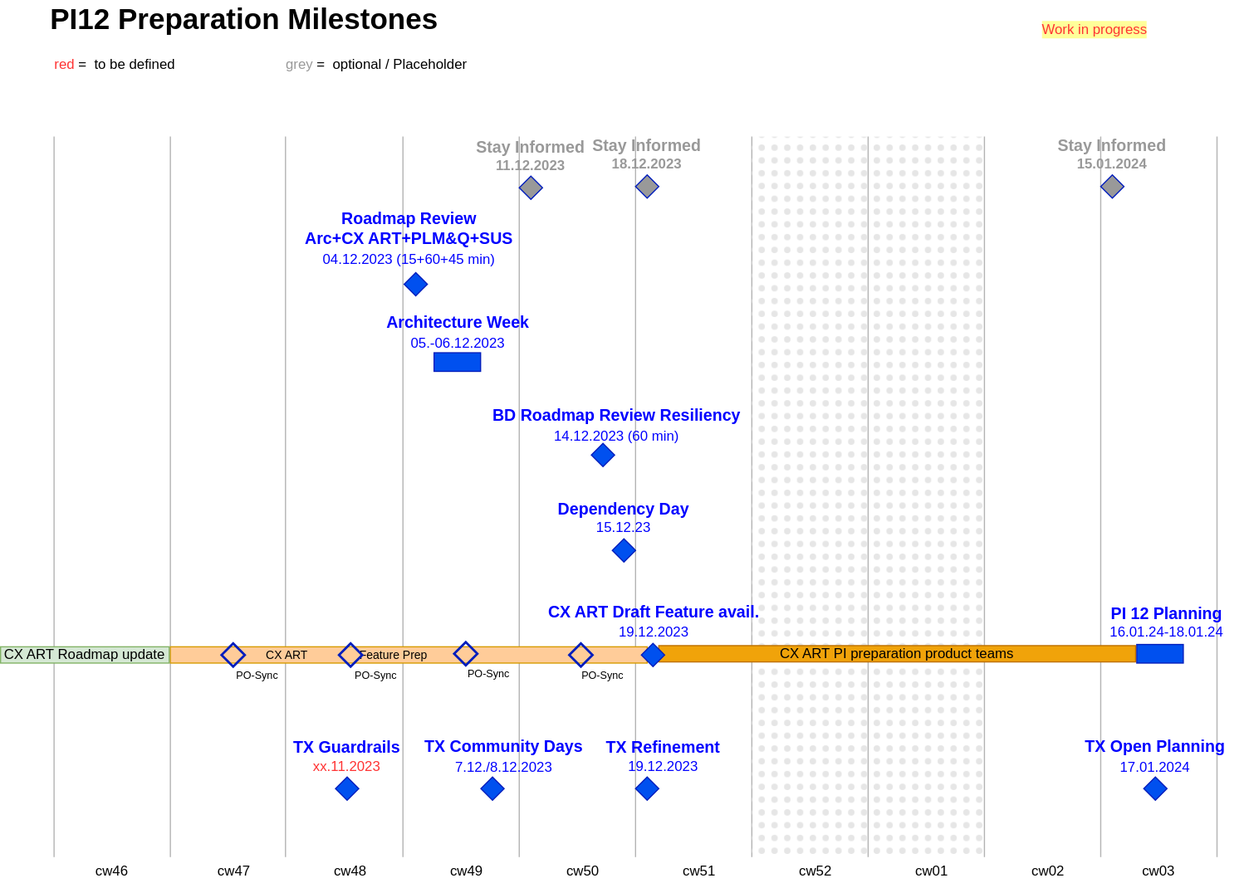
mabige/scratchpad keeps this draw.io diagram as PI12-Preparation-Timeline.drawio.svg. Above is the earlier version. Source tidied: cells renumbered, new cells last; positions are measured from the earlier drawing's top-left corner, leaving out a move shared by most shapes.
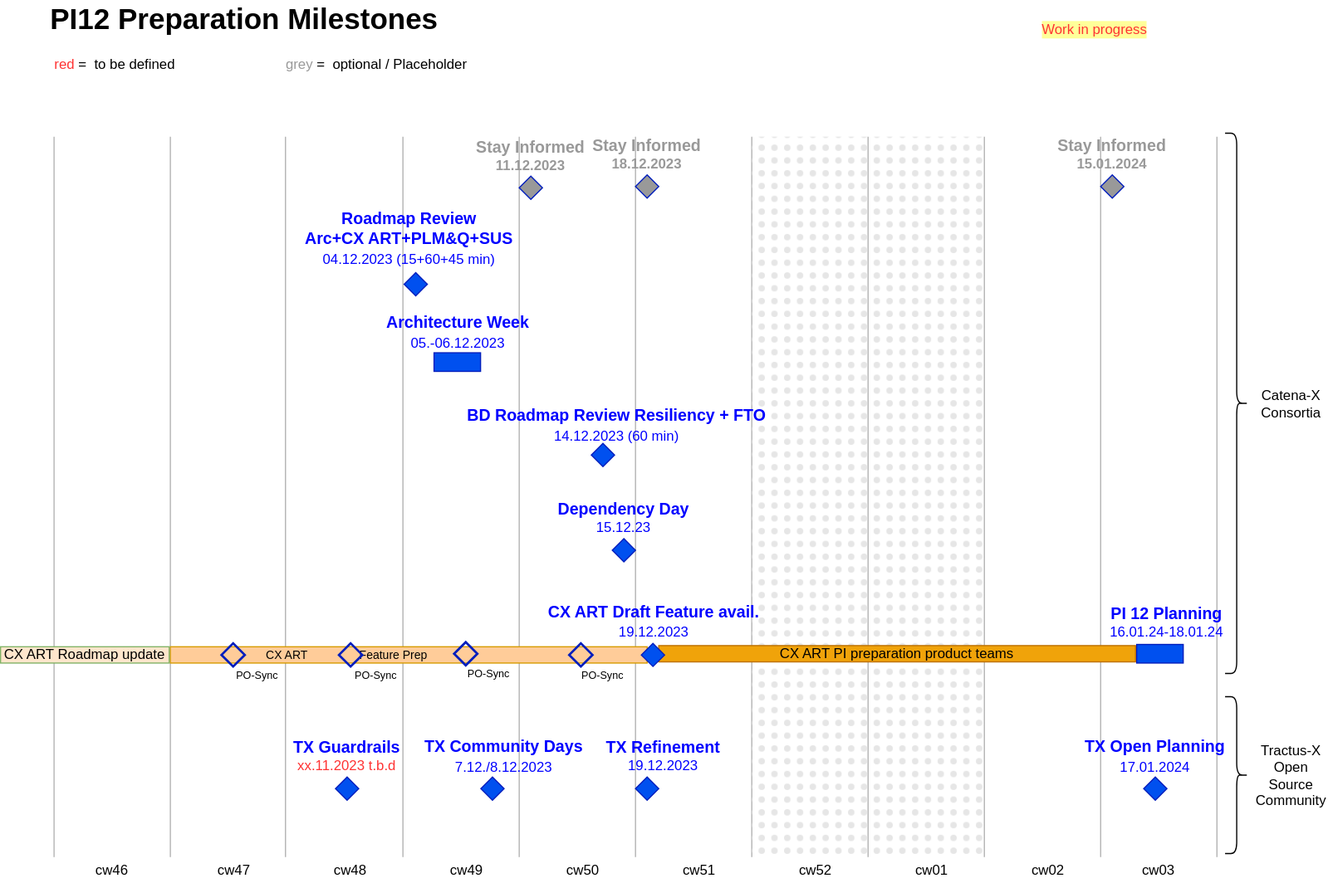
The same file after the commit.

Change to the diagram source:
```diff
@@ -122,7 +122,7 @@
     <mxCell id="30" style="rhombus;whiteSpace=wrap;html=1;fillColor=#999999;fontColor=#ffffff;strokeColor=#001DBC;" parent="1" vertex="1">
       <mxGeometry x="946" y="150" width="20" height="20" as="geometry" />
     </mxCell>
-    <mxCell id="31" value="&lt;div style=&quot;font-size: 14px;&quot;&gt;BD Roadmap Review&lt;font style=&quot;font-size: 14px;&quot;&gt; Resiliency&lt;br&gt;&lt;/font&gt;&lt;font style=&quot;font-size: 12px;&quot;&gt;&lt;span style=&quot;font-weight: normal;&quot;&gt;14.12.2023&lt;/span&gt;&lt;font style=&quot;font-size: 12px;&quot;&gt;&lt;span style=&quot;font-weight: normal;&quot;&gt; (60 min)&lt;/span&gt;&lt;br&gt;&lt;/font&gt;&lt;/font&gt;&lt;/div&gt;" style="text;html=1;strokeColor=none;fillColor=none;align=center;verticalAlign=middle;whiteSpace=wrap;rounded=0;fontStyle=1;fontColor=#0000FF;" parent="1" vertex="1">
+    <mxCell id="31" value="&lt;div style=&quot;font-size: 14px;&quot;&gt;BD Roadmap Review&lt;font style=&quot;font-size: 14px;&quot;&gt; Resiliency + FTO&lt;br&gt;&lt;/font&gt;&lt;font style=&quot;font-size: 12px;&quot;&gt;&lt;span style=&quot;font-weight: normal;&quot;&gt;14.12.2023&lt;/span&gt;&lt;font style=&quot;font-size: 12px;&quot;&gt;&lt;span style=&quot;font-weight: normal;&quot;&gt; (60 min)&lt;/span&gt;&lt;br&gt;&lt;/font&gt;&lt;/font&gt;&lt;/div&gt;" style="text;html=1;strokeColor=none;fillColor=none;align=center;verticalAlign=middle;whiteSpace=wrap;rounded=0;fontStyle=1;fontColor=#0000FF;" parent="1" vertex="1">
       <mxGeometry x="396" y="350" width="267.5" height="30" as="geometry" />
     </mxCell>
     <mxCell id="32" style="rhombus;whiteSpace=wrap;html=1;fillColor=#0050ef;fontColor=#ffffff;strokeColor=#001DBC;" parent="1" vertex="1">
@@ -140,7 +140,7 @@
     <mxCell id="36" value="&lt;div&gt;&lt;font style=&quot;font-size: 14px;&quot;&gt;TX Refinement&lt;/font&gt;&lt;font style=&quot;font-size: 14px;&quot;&gt;&lt;br&gt;&lt;/font&gt;&lt;font style=&quot;font-size: 12px; font-weight: normal;&quot;&gt;19.12.2023&lt;/font&gt;&lt;font style=&quot;font-size: 12px; font-weight: normal;&quot;&gt;&lt;font style=&quot;font-size: 12px;&quot;&gt;&lt;br&gt;&lt;/font&gt;&lt;/font&gt;&lt;/div&gt;" style="text;html=1;strokeColor=none;fillColor=none;align=center;verticalAlign=middle;whiteSpace=wrap;rounded=0;fontStyle=1;fontColor=#0000FF;" parent="1" vertex="1">
       <mxGeometry x="510" y="635" width="120" height="30" as="geometry" />
     </mxCell>
-    <mxCell id="37" value="&lt;div&gt;&lt;font style=&quot;font-size: 14px;&quot;&gt;TX Guardrails&lt;/font&gt;&lt;font style=&quot;font-size: 14px;&quot;&gt;&lt;br&gt;&lt;/font&gt;&lt;font color=&quot;#ff3333&quot; style=&quot;font-size: 12px;&quot;&gt;&lt;span style=&quot;font-weight: normal;&quot;&gt;xx.11.2023&lt;/span&gt;&lt;font style=&quot;font-size: 12px;&quot;&gt;&lt;br&gt;&lt;/font&gt;&lt;/font&gt;&lt;/div&gt;" style="text;html=1;strokeColor=none;fillColor=none;align=center;verticalAlign=middle;whiteSpace=wrap;rounded=0;fontStyle=1;fontColor=#0000FF;" parent="1" vertex="1">
+    <mxCell id="37" value="&lt;div&gt;&lt;font style=&quot;font-size: 14px;&quot;&gt;TX Guardrails&lt;/font&gt;&lt;font style=&quot;font-size: 14px;&quot;&gt;&lt;br&gt;&lt;/font&gt;&lt;font color=&quot;#ff3333&quot; style=&quot;font-size: 12px;&quot;&gt;&lt;span style=&quot;font-weight: normal;&quot;&gt;xx.11.2023&lt;/span&gt;&lt;font style=&quot;font-size: 12px;&quot;&gt;&lt;span style=&quot;font-weight: normal;&quot;&gt; t.b.d&lt;/span&gt;&lt;br&gt;&lt;/font&gt;&lt;/font&gt;&lt;/div&gt;" style="text;html=1;strokeColor=none;fillColor=none;align=center;verticalAlign=middle;whiteSpace=wrap;rounded=0;fontStyle=1;fontColor=#0000FF;" parent="1" vertex="1">
       <mxGeometry x="238" y="635" width="120" height="30" as="geometry" />
     </mxCell>
     <mxCell id="38" style="rhombus;whiteSpace=wrap;html=1;fillColor=#0050ef;fontColor=#ffffff;strokeColor=#001DBC;" parent="1" vertex="1">
@@ -170,7 +170,7 @@
     <mxCell id="46" style="rhombus;whiteSpace=wrap;html=1;fillColor=#0050ef;fontColor=#ffffff;strokeColor=#001DBC;" parent="1" vertex="1">
       <mxGeometry x="551" y="553" width="20" height="20" as="geometry" />
     </mxCell>
-    <mxCell id="47" value="CX ART Roadmap update" style="rounded=0;whiteSpace=wrap;html=1;fillColor=#d5e8d4;strokeColor=#82b366;" parent="1" vertex="1">
+    <mxCell id="47" value="CX ART Roadmap update" style="rounded=0;whiteSpace=wrap;html=1;fillColor=#FFE6CC;strokeColor=#82b366;" parent="1" vertex="1">
       <mxGeometry y="556" width="145" height="14" as="geometry" />
     </mxCell>
     <mxCell id="48" value="&lt;font color=&quot;#999999&quot;&gt;grey&lt;/font&gt; =&amp;nbsp; optional / Placeholder" style="text;html=1;strokeColor=none;fillColor=none;align=center;verticalAlign=middle;whiteSpace=wrap;rounded=0;" parent="1" vertex="1">
@@ -227,5 +227,17 @@
     <mxCell id="65" value="&lt;font style=&quot;font-size: 14px;&quot;&gt;Dependency Day&lt;/font&gt;&lt;br&gt;&lt;span style=&quot;font-weight: normal;&quot;&gt;15.12.23&lt;/span&gt;" style="text;html=1;strokeColor=none;fillColor=none;align=center;verticalAlign=middle;whiteSpace=wrap;rounded=0;fontStyle=1;fontColor=#0000FF;" parent="1" vertex="1">
       <mxGeometry x="476" y="430" width="120" height="30" as="geometry" />
     </mxCell>
+    <mxCell id="66" style="shape=curlyBracket;whiteSpace=wrap;html=1;rounded=1;flipH=1;labelPosition=right;verticalLabelPosition=middle;align=left;verticalAlign=middle;" parent="1" vertex="1">
+      <mxGeometry x="1053" y="114" width="20" height="465" as="geometry" />
+    </mxCell>
+    <mxCell id="67" value="Catena-X&lt;br&gt;Consortia" style="text;html=1;strokeColor=none;fillColor=none;align=center;verticalAlign=middle;whiteSpace=wrap;rounded=0;" parent="1" vertex="1">
+      <mxGeometry x="1080" y="331.5" width="60" height="30" as="geometry" />
+    </mxCell>
+    <mxCell id="68" style="shape=curlyBracket;whiteSpace=wrap;html=1;rounded=1;flipH=1;labelPosition=right;verticalLabelPosition=middle;align=left;verticalAlign=middle;" parent="1" vertex="1">
+      <mxGeometry x="1053" y="599" width="20" height="135" as="geometry" />
+    </mxCell>
+    <mxCell id="69" value="Tractus-X&lt;br&gt;Open Source Community" style="text;html=1;strokeColor=none;fillColor=none;align=center;verticalAlign=middle;whiteSpace=wrap;rounded=0;" parent="1" vertex="1">
+      <mxGeometry x="1080" y="651.5" width="60" height="30" as="geometry" />
+    </mxCell>
   </root>
 </mxGraphModel>
```
